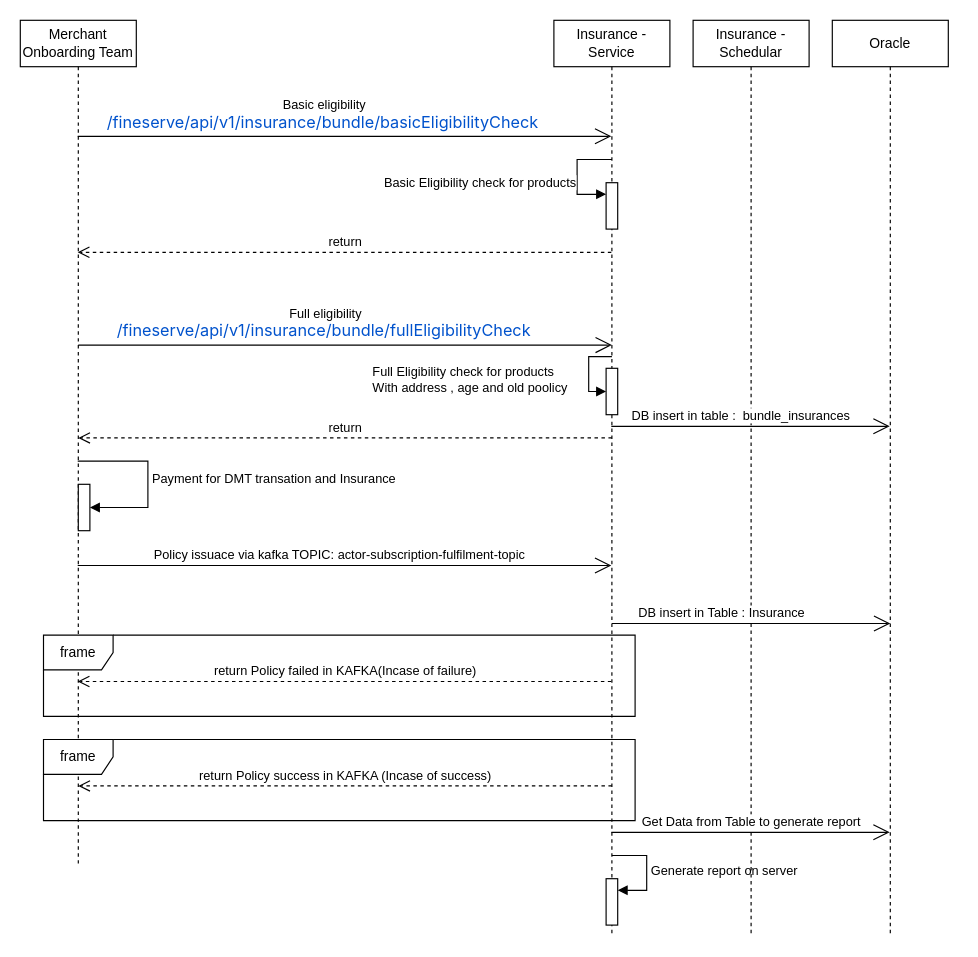
Before: GPA on bundle.drawio in ashwiniadlakha/draw_io, a draw.io diagram. Source tidied: cells renumbered, new cells numbered last; positions are measured from the earlier drawing's top-left corner, leaving out a move shared by most shapes. Both pictures are drawn from the tidied source at 116%, with x=0, y=0 at pixel (20, 20).
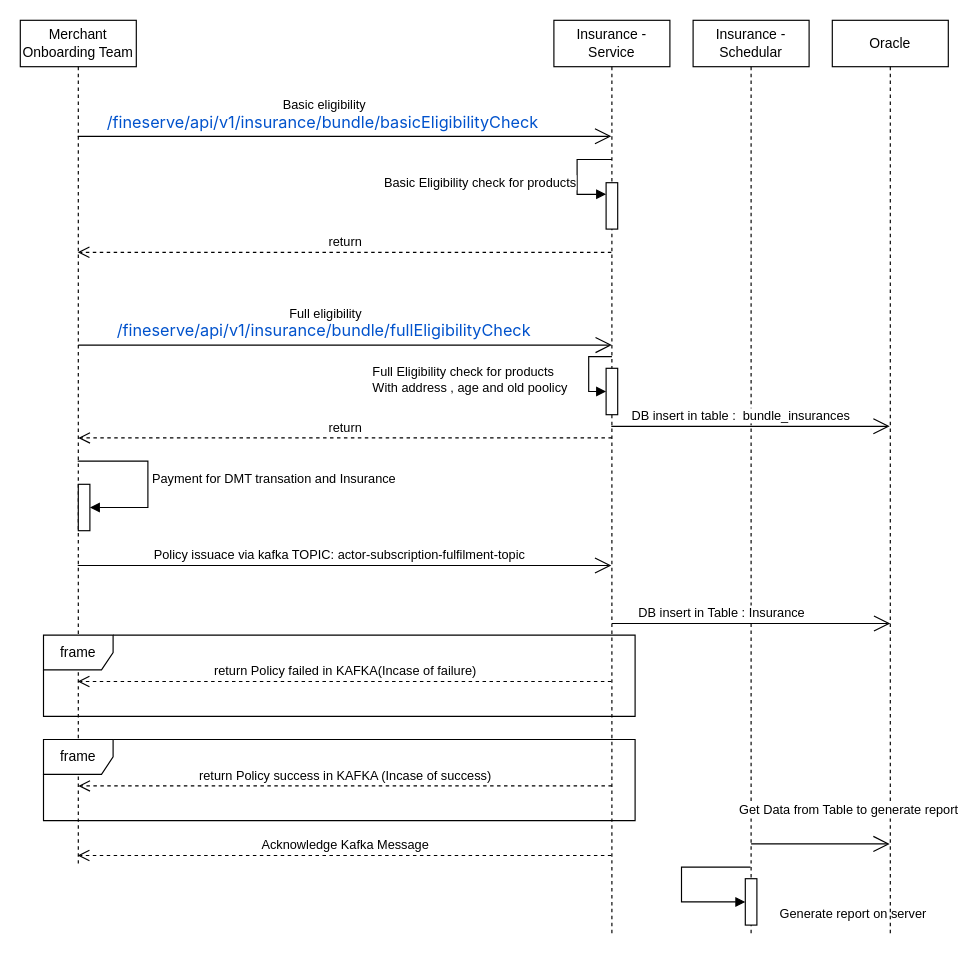
After the change.

The change refers to these unchanged cells:
```xml
<mxCell id="2" value="Merchant Onboarding Team" style="shape=umlLifeline;perimeter=lifelinePerimeter;whiteSpace=wrap;html=1;outlineConnect=0;portConstraint=eastwest;newEdgeStyle={&quot;edgeStyle&quot;:&quot;elbowEdgeStyle&quot;,&quot;elbow&quot;:&quot;vertical&quot;,&quot;curved&quot;:0,&quot;rounded&quot;:0};" parent="1" vertex="1">
  <mxGeometry width="100" height="730" as="geometry" />
</mxCell>
<mxCell id="5" value="Insurance - Service" style="shape=umlLifeline;perimeter=lifelinePerimeter;whiteSpace=wrap;html=1;outlineConnect=0;portConstraint=eastwest;newEdgeStyle={&quot;edgeStyle&quot;:&quot;elbowEdgeStyle&quot;,&quot;elbow&quot;:&quot;vertical&quot;,&quot;curved&quot;:0,&quot;rounded&quot;:0};" parent="1" vertex="1">
  <mxGeometry x="460" width="100" height="790" as="geometry" />
</mxCell>
<mxCell id="12" value="Oracle" style="shape=umlLifeline;perimeter=lifelinePerimeter;whiteSpace=wrap;html=1;outlineConnect=0;portConstraint=eastwest;newEdgeStyle={&quot;edgeStyle&quot;:&quot;elbowEdgeStyle&quot;,&quot;elbow&quot;:&quot;vertical&quot;,&quot;curved&quot;:0,&quot;rounded&quot;:0};" parent="1" vertex="1">
  <mxGeometry x="700" width="100" height="790" as="geometry" />
</mxCell>
```

Change to the diagram source:
```diff
@@
+    <mxCell id="11" value="Insurance - Schedular" style="shape=umlLifeline;perimeter=lifelinePerimeter;whiteSpace=wrap;html=1;outlineConnect=0;portConstraint=eastwest;newEdgeStyle={&quot;edgeStyle&quot;:&quot;elbowEdgeStyle&quot;,&quot;elbow&quot;:&quot;vertical&quot;,&quot;curved&quot;:0,&quot;rounded&quot;:0};" parent="1" vertex="1">
+      <mxGeometry x="580" width="100" height="790" as="geometry" />
+    </mxCell>
-    <mxCell id="9" style="html=1;points=[];perimeter=orthogonalPerimeter;outlineConnect=0;targetShapes=umlLifeline;portConstraint=eastwest;newEdgeStyle={&quot;edgeStyle&quot;:&quot;elbowEdgeStyle&quot;,&quot;elbow&quot;:&quot;vertical&quot;,&quot;curved&quot;:0,&quot;rounded&quot;:0};" parent="5" vertex="1">
+    <mxCell id="9" style="html=1;points=[];perimeter=orthogonalPerimeter;outlineConnect=0;targetShapes=umlLifeline;portConstraint=eastwest;newEdgeStyle={&quot;edgeStyle&quot;:&quot;elbowEdgeStyle&quot;,&quot;elbow&quot;:&quot;vertical&quot;,&quot;curved&quot;:0,&quot;rounded&quot;:0};" parent="11" vertex="1">
       <mxGeometry x="45" y="740" width="10" height="40" as="geometry" />
     </mxCell>
-    <mxCell id="10" value="Generate report on server" style="html=1;align=left;spacingLeft=2;endArrow=block;rounded=0;edgeStyle=orthogonalEdgeStyle;curved=0;rounded=0;" parent="5" edge="1" target="9">
-      <mxGeometry x="0.01" relative="1" as="geometry">
-        <mxPoint x="50" y="720" as="sourcePoint" />
+    <mxCell id="10" value="Generate report on server" style="html=1;align=left;spacingLeft=2;endArrow=block;rounded=0;edgeStyle=orthogonalEdgeStyle;curved=0;rounded=0;" parent="11" edge="1" source="11" target="9">
+      <mxGeometry x="1" y="-27" relative="1" as="geometry">
         <Array as="points">
-          <mxPoint x="80" y="750" />
+          <mxPoint x="-10" y="730" />
+          <mxPoint x="-10" y="760" />
         </Array>
+        <mxPoint x="25" y="-17" as="offset" />
       </mxGeometry>
     </mxCell>
-    <mxCell id="11" value="Insurance - Schedular" style="shape=umlLifeline;perimeter=lifelinePerimeter;whiteSpace=wrap;html=1;outlineConnect=0;portConstraint=eastwest;newEdgeStyle={&quot;edgeStyle&quot;:&quot;elbowEdgeStyle&quot;,&quot;elbow&quot;:&quot;vertical&quot;,&quot;curved&quot;:0,&quot;rounded&quot;:0};" parent="1" vertex="1">
-      <mxGeometry x="580" width="100" height="790" as="geometry" />
-    </mxCell>
@@
-    <mxCell id="30" style="endArrow=open;endFill=1;endSize=12;html=1;rounded=0;" parent="1" edge="1" source="5" target="12">
+    <mxCell id="30" style="endArrow=open;endFill=1;endSize=12;html=1;rounded=0;" parent="1" edge="1" target="12">
       <mxGeometry relative="1" as="geometry">
+        <mxPoint x="630" y="710" as="sourcePoint" />
         <Array as="points">
-          <mxPoint x="630" y="700" />
+          <mxPoint x="660" y="710" />
         </Array>
       </mxGeometry>
     </mxCell>
     <mxCell id="31" value="Get Data from Table to generate report" style="edgeLabel;html=1;align=center;verticalAlign=middle;" parent="30" vertex="1">
       <mxGeometry x="-0.14" y="3" relative="1" as="geometry">
-        <mxPoint x="17" y="-7" as="offset" />
+        <mxPoint x="32" y="-27" as="offset" />
       </mxGeometry>
     </mxCell>
+    <mxCell id="32" value="Acknowledge Kafka Message" style="html=1;verticalAlign=bottom;endArrow=open;dashed=1;endSize=8;edgeStyle=elbowEdgeStyle;elbow=horizontal;curved=0;rounded=0;" parent="1" edge="1" source="5" target="2">
+      <mxGeometry relative="1" as="geometry">
+        <Array as="points">
+          <mxPoint x="290" y="720" />
+        </Array>
+      </mxGeometry>
+    </mxCell>
```
